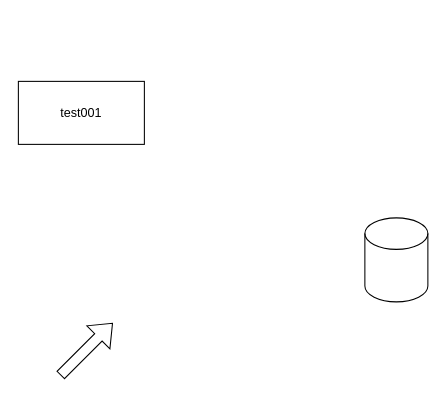
The draw.io diagram my001.drawio in Faithlmy/mydrawio, before the edit. Source tidied: cells renumbered, new cells numbered last; positions are measured from the earlier drawing's top-left corner, leaving out a move shared by most shapes. Both pictures are drawn from the tidied source at 105%, with x=0, y=0 at pixel (18, 81).
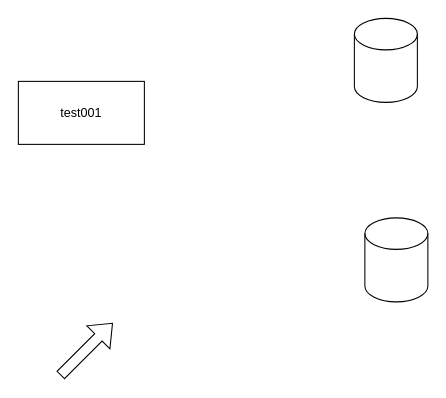
The same diagram, later.

The edit, as a diff of the source:
```diff
@@
 <mxGraphModel>
   <root>
     <mxCell id="0" />
     <mxCell id="1" parent="0" />
     <mxCell id="2" value="test001" style="rounded=0;whiteSpace=wrap;html=1;" parent="1" vertex="1">
       <mxGeometry width="120" height="60" as="geometry" />
     </mxCell>
     <mxCell id="3" style="shape=cylinder3;whiteSpace=wrap;html=1;boundedLbl=1;backgroundOutline=1;size=15;" parent="1" vertex="1">
       <mxGeometry x="330" y="130" width="60" height="80" as="geometry" />
     </mxCell>
     <mxCell id="4" style="shape=flexArrow;endArrow=classic;html=1;rounded=0;" parent="1" edge="1">
       <mxGeometry relative="1" as="geometry">
         <mxPoint x="40" y="280" as="sourcePoint" />
         <mxPoint x="90" y="230" as="targetPoint" />
       </mxGeometry>
     </mxCell>
+    <mxCell id="5" style="shape=cylinder3;whiteSpace=wrap;html=1;boundedLbl=1;backgroundOutline=1;size=15;" parent="1" vertex="1">
+      <mxGeometry x="320" y="-60" width="60" height="80" as="geometry" />
+    </mxCell>
   </root>
 </mxGraphModel>
```
